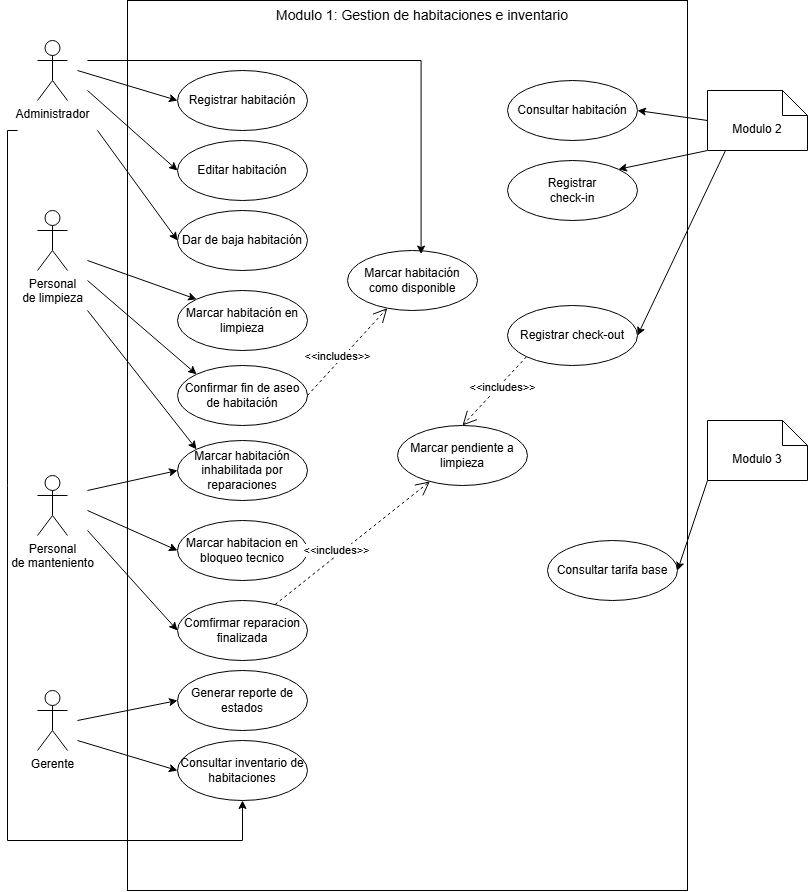
Before: documentos/diagramas/cdu-modulo-1.png, a diagram exported from draw.io (MirianMarriaga/hospitua-module-1). Source tidied: cells renumbered, new cells last; positions are measured from the earlier drawing's top-left corner, leaving out a move shared by most shapes. Its diagram source:
```xml
<mxGraphModel background="light-dark(#FFFFFF,#121212)">
  <root>
    <mxCell id="0" />
    <mxCell id="1" parent="0" />
    <mxCell id="2" style="rounded=0;whiteSpace=wrap;html=1;rotation=-90;fillColor=none;" parent="1" vertex="1">
      <mxGeometry y="165" width="890" height="560" as="geometry" />
    </mxCell>
    <mxCell id="3" value="Administrador" style="shape=umlActor;verticalLabelPosition=bottom;verticalAlign=top;html=1;" parent="1" vertex="1">
      <mxGeometry x="75" y="40" width="30" height="60" as="geometry" />
    </mxCell>
    <mxCell id="4" value="Personal&lt;div&gt;de limpieza&lt;/div&gt;" style="shape=umlActor;verticalLabelPosition=bottom;verticalAlign=top;html=1;" parent="1" vertex="1">
      <mxGeometry x="75" y="210" width="30" height="60" as="geometry" />
    </mxCell>
    <mxCell id="5" value="Gerente" style="shape=umlActor;verticalLabelPosition=bottom;verticalAlign=top;html=1;" parent="1" vertex="1">
      <mxGeometry x="75" y="690" width="30" height="60" as="geometry" />
    </mxCell>
    <mxCell id="6" value="&lt;font style=&quot;font-size: 14px;&quot;&gt;Modulo 1: Gestion de habitaciones e inventario&lt;/font&gt;" style="text;html=1;whiteSpace=wrap;strokeColor=none;fillColor=none;align=center;verticalAlign=middle;rounded=0;" parent="1" vertex="1">
      <mxGeometry x="305" width="310" height="30" as="geometry" />
    </mxCell>
    <mxCell id="7" value="Modulo 2" style="shape=note2;boundedLbl=1;whiteSpace=wrap;html=1;size=25;verticalAlign=top;align=center;" parent="1" vertex="1">
      <mxGeometry x="745" y="90" width="100" height="60" as="geometry" />
    </mxCell>
    <mxCell id="8" value="Modulo 3" style="shape=note2;boundedLbl=1;whiteSpace=wrap;html=1;size=25;verticalAlign=top;align=center;" parent="1" vertex="1">
      <mxGeometry x="745" y="420" width="100" height="60" as="geometry" />
    </mxCell>
    <mxCell id="9" value="Registrar habitación" style="ellipse;whiteSpace=wrap;html=1;" parent="1" vertex="1">
      <mxGeometry x="215" y="70" width="130" height="60" as="geometry" />
    </mxCell>
    <mxCell id="10" style="endArrow=classic;html=1;rounded=0;endFill=1;entryX=0;entryY=0.5;entryDx=0;entryDy=0;" parent="1" edge="1" target="9">
      <mxGeometry relative="1" as="geometry">
        <mxPoint x="115" y="70" as="sourcePoint" />
      </mxGeometry>
    </mxCell>
    <mxCell id="11" value="Editar habitación" style="ellipse;whiteSpace=wrap;html=1;" parent="1" vertex="1">
      <mxGeometry x="215" y="140" width="130" height="60" as="geometry" />
    </mxCell>
    <mxCell id="12" value="Dar de baja habitación" style="ellipse;whiteSpace=wrap;html=1;" parent="1" vertex="1">
      <mxGeometry x="215" y="210" width="130" height="60" as="geometry" />
    </mxCell>
    <mxCell id="13" style="endArrow=classic;html=1;rounded=0;endFill=1;entryX=0;entryY=0.5;entryDx=0;entryDy=0;" parent="1" edge="1" target="11">
      <mxGeometry relative="1" as="geometry">
        <mxPoint x="125" y="90" as="sourcePoint" />
      </mxGeometry>
    </mxCell>
    <mxCell id="14" style="endArrow=classic;html=1;rounded=0;endFill=1;entryX=0;entryY=0.5;entryDx=0;entryDy=0;" parent="1" edge="1" target="12">
      <mxGeometry relative="1" as="geometry">
        <mxPoint x="135" y="130" as="sourcePoint" />
      </mxGeometry>
    </mxCell>
    <mxCell id="15" value="Marcar habitación en limpieza" style="ellipse;whiteSpace=wrap;html=1;" parent="1" vertex="1">
      <mxGeometry x="215" y="290" width="130" height="60" as="geometry" />
    </mxCell>
    <mxCell id="16" style="endArrow=classic;html=1;rounded=0;endFill=1;entryX=0;entryY=0;entryDx=0;entryDy=0;" parent="1" edge="1" target="15">
      <mxGeometry relative="1" as="geometry">
        <mxPoint x="125" y="260" as="sourcePoint" />
      </mxGeometry>
    </mxCell>
    <mxCell id="17" value="Personal&lt;div&gt;de manteniento&lt;/div&gt;" style="shape=umlActor;verticalLabelPosition=bottom;verticalAlign=top;html=1;" parent="1" vertex="1">
      <mxGeometry x="75" y="475" width="30" height="60" as="geometry" />
    </mxCell>
    <mxCell id="18" value="Confirmar fin de aseo&lt;div&gt;de habitación&lt;/div&gt;" style="ellipse;whiteSpace=wrap;html=1;" parent="1" vertex="1">
      <mxGeometry x="215" y="365" width="130" height="60" as="geometry" />
    </mxCell>
    <mxCell id="19" style="endArrow=classic;html=1;rounded=0;endFill=1;entryX=0;entryY=0;entryDx=0;entryDy=0;" parent="1" edge="1" target="18">
      <mxGeometry relative="1" as="geometry">
        <mxPoint x="125" y="280" as="sourcePoint" />
      </mxGeometry>
    </mxCell>
    <mxCell id="20" value="Marcar habitación inhabilitada por reparaciones" style="ellipse;whiteSpace=wrap;html=1;" parent="1" vertex="1">
      <mxGeometry x="215" y="440" width="130" height="60" as="geometry" />
    </mxCell>
    <mxCell id="21" style="endArrow=classic;html=1;rounded=0;endFill=1;entryX=0;entryY=0.5;entryDx=0;entryDy=0;" parent="1" edge="1" target="20">
      <mxGeometry relative="1" as="geometry">
        <mxPoint x="125" y="490" as="sourcePoint" />
      </mxGeometry>
    </mxCell>
    <mxCell id="22" value="Consultar habitación" style="ellipse;whiteSpace=wrap;html=1;" parent="1" vertex="1">
      <mxGeometry x="545" y="80" width="130" height="60" as="geometry" />
    </mxCell>
    <mxCell id="23" style="endArrow=classic;html=1;rounded=0;endFill=1;entryX=1;entryY=0.5;entryDx=0;entryDy=0;exitX=0;exitY=0.5;exitDx=0;exitDy=0;exitPerimeter=0;" parent="1" edge="1" source="7" target="22">
      <mxGeometry relative="1" as="geometry" />
    </mxCell>
    <mxCell id="24" value="Comfirmar reparacion finalizada" style="ellipse;whiteSpace=wrap;html=1;" parent="1" vertex="1">
      <mxGeometry x="215" y="600" width="130" height="60" as="geometry" />
    </mxCell>
    <mxCell id="25" style="endArrow=classic;html=1;rounded=0;endFill=1;entryX=0;entryY=0.5;entryDx=0;entryDy=0;" parent="1" edge="1" target="24">
      <mxGeometry relative="1" as="geometry">
        <mxPoint x="125" y="530" as="sourcePoint" />
      </mxGeometry>
    </mxCell>
    <mxCell id="26" value="Consultar tarifa base" style="ellipse;whiteSpace=wrap;html=1;" parent="1" vertex="1">
      <mxGeometry x="585" y="540" width="130" height="60" as="geometry" />
    </mxCell>
    <mxCell id="27" style="endArrow=classic;html=1;rounded=0;endFill=1;entryX=1;entryY=0.5;entryDx=0;entryDy=0;exitX=0;exitY=1;exitDx=0;exitDy=0;exitPerimeter=0;" parent="1" edge="1" source="8" target="26">
      <mxGeometry relative="1" as="geometry" />
    </mxCell>
    <mxCell id="28" value="Consultar inventario de habitaciones" style="ellipse;whiteSpace=wrap;html=1;" parent="1" vertex="1">
      <mxGeometry x="215" y="740" width="130" height="60" as="geometry" />
    </mxCell>
    <mxCell id="29" style="endArrow=classic;html=1;rounded=0;endFill=1;entryX=0;entryY=0.5;entryDx=0;entryDy=0;" parent="1" edge="1" target="28">
      <mxGeometry relative="1" as="geometry">
        <mxPoint x="115" y="740" as="sourcePoint" />
      </mxGeometry>
    </mxCell>
    <mxCell id="30" value="Registrar&lt;div&gt;check-in&lt;/div&gt;" style="ellipse;whiteSpace=wrap;html=1;" parent="1" vertex="1">
      <mxGeometry x="545" y="160" width="130" height="60" as="geometry" />
    </mxCell>
    <mxCell id="31" value="Registrar check-out" style="ellipse;whiteSpace=wrap;html=1;" parent="1" vertex="1">
      <mxGeometry x="545" y="305" width="130" height="60" as="geometry" />
    </mxCell>
    <mxCell id="32" style="endArrow=classic;html=1;rounded=0;endFill=1;entryX=1;entryY=0;entryDx=0;entryDy=0;exitX=0;exitY=1;exitDx=0;exitDy=0;exitPerimeter=0;" parent="1" edge="1" source="7" target="30">
      <mxGeometry relative="1" as="geometry" />
    </mxCell>
    <mxCell id="33" style="endArrow=classic;html=1;rounded=0;endFill=1;entryX=1;entryY=0.5;entryDx=0;entryDy=0;exitX=0.183;exitY=0.99;exitDx=0;exitDy=0;exitPerimeter=0;" parent="1" edge="1" source="7" target="31">
      <mxGeometry relative="1" as="geometry" />
    </mxCell>
    <mxCell id="34" value="Generar reporte de estados" style="ellipse;whiteSpace=wrap;html=1;" parent="1" vertex="1">
      <mxGeometry x="215" y="670" width="130" height="60" as="geometry" />
    </mxCell>
    <mxCell id="35" value="Marcar habitacion en bloqueo tecnico" style="ellipse;whiteSpace=wrap;html=1;" parent="1" vertex="1">
      <mxGeometry x="215" y="520" width="130" height="60" as="geometry" />
    </mxCell>
    <mxCell id="36" style="endArrow=classic;html=1;rounded=0;endFill=1;entryX=0;entryY=0.5;entryDx=0;entryDy=0;" parent="1" edge="1" target="35">
      <mxGeometry relative="1" as="geometry">
        <mxPoint x="125" y="510" as="sourcePoint" />
      </mxGeometry>
    </mxCell>
    <mxCell id="37" style="endArrow=classic;html=1;rounded=0;endFill=1;entryX=0;entryY=0.5;entryDx=0;entryDy=0;" parent="1" edge="1" target="34">
      <mxGeometry relative="1" as="geometry">
        <mxPoint x="115" y="720" as="sourcePoint" />
      </mxGeometry>
    </mxCell>
    <mxCell id="38" value="Marcar habitación&lt;div&gt;como disponible&lt;/div&gt;" style="ellipse;whiteSpace=wrap;html=1;" parent="1" vertex="1">
      <mxGeometry x="385" y="250" width="130" height="60" as="geometry" />
    </mxCell>
    <mxCell id="39" value="&amp;lt;&amp;lt;includes&amp;gt;&amp;gt;" style="endArrow=open;endSize=12;dashed=1;html=1;rounded=0;exitX=1;exitY=0.5;exitDx=0;exitDy=0;" parent="1" edge="1" source="18" target="38">
      <mxGeometry x="-0.17" y="4" relative="1" as="geometry" />
    </mxCell>
    <mxCell id="40" style="endArrow=classic;html=1;rounded=0;endFill=1;edgeStyle=orthogonalEdgeStyle;entryX=0.5;entryY=1;entryDx=0;entryDy=0;" parent="1" edge="1" target="28">
      <mxGeometry relative="1" as="geometry">
        <mxPoint x="55.1" y="130" as="sourcePoint" />
        <Array as="points">
          <mxPoint x="45" y="130" />
          <mxPoint x="45" y="840" />
          <mxPoint x="280" y="840" />
        </Array>
      </mxGeometry>
    </mxCell>
    <mxCell id="41" style="endArrow=classic;html=1;rounded=0;endFill=1;entryX=0;entryY=0;entryDx=0;entryDy=0;" parent="1" edge="1" target="20">
      <mxGeometry relative="1" as="geometry">
        <mxPoint x="125" y="310" as="sourcePoint" />
      </mxGeometry>
    </mxCell>
    <mxCell id="42" style="endArrow=classic;html=1;rounded=0;endFill=1;entryX=0.566;entryY=0.059;entryDx=0;entryDy=0;entryPerimeter=0;edgeStyle=orthogonalEdgeStyle;" parent="1" edge="1" target="38">
      <mxGeometry relative="1" as="geometry">
        <mxPoint x="125" y="60" as="sourcePoint" />
      </mxGeometry>
    </mxCell>
    <mxCell id="43" value="Marcar pendiente a limpieza" style="ellipse;whiteSpace=wrap;html=1;" parent="1" vertex="1">
      <mxGeometry x="435" y="425" width="130" height="60" as="geometry" />
    </mxCell>
    <mxCell id="44" value="&amp;lt;&amp;lt;includes&amp;gt;&amp;gt;" style="endArrow=open;endSize=12;dashed=1;html=1;rounded=0;" parent="1" edge="1" source="24" target="43">
      <mxGeometry x="-0.17" y="4" relative="1" as="geometry" />
    </mxCell>
    <mxCell id="45" value="&amp;lt;&amp;lt;includes&amp;gt;&amp;gt;" style="endArrow=open;endSize=12;dashed=1;html=1;rounded=0;entryX=0.5;entryY=0;entryDx=0;entryDy=0;exitX=0;exitY=1;exitDx=0;exitDy=0;" parent="1" edge="1" source="31" target="43">
      <mxGeometry x="-0.17" y="4" relative="1" as="geometry" />
    </mxCell>
    <mxCell id="46" style="edgeStyle=orthogonalEdgeStyle;curved=1;rounded=0;orthogonalLoop=1;jettySize=auto;html=1;innerLoopWaypoints=1;exitX=0.5;exitY=1;exitDx=0;exitDy=0;fontSize=12;startSize=8;endSize=8;" parent="1" edge="1" source="43" target="43">
      <mxGeometry relative="1" as="geometry" />
    </mxCell>
  </root>
</mxGraphModel>
```
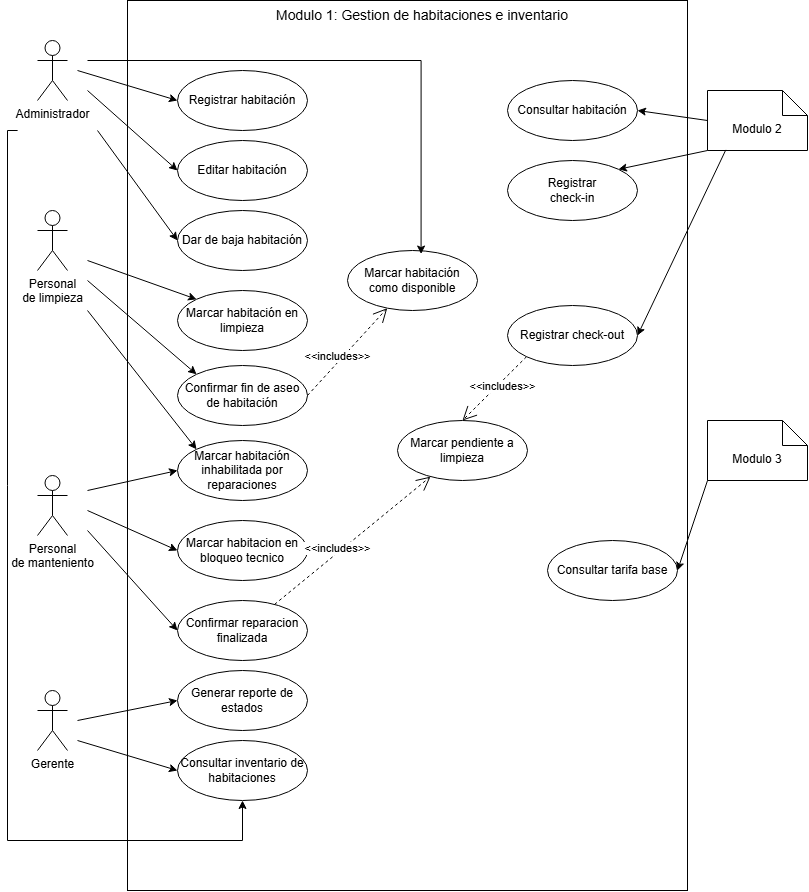
Above is the later version.

Commit message:
docs: corregir typo

Change to the diagram source:
```diff
@@ -80,7 +80,7 @@
     <mxCell id="23" style="endArrow=classic;html=1;rounded=0;endFill=1;entryX=1;entryY=0.5;entryDx=0;entryDy=0;exitX=0;exitY=0.5;exitDx=0;exitDy=0;exitPerimeter=0;" parent="1" edge="1" source="7" target="22">
       <mxGeometry relative="1" as="geometry" />
     </mxCell>
-    <mxCell id="24" value="Comfirmar reparacion finalizada" style="ellipse;whiteSpace=wrap;html=1;" parent="1" vertex="1">
+    <mxCell id="24" value="Confirmar reparacion finalizada" style="ellipse;whiteSpace=wrap;html=1;" parent="1" vertex="1">
       <mxGeometry x="215" y="600" width="130" height="60" as="geometry" />
     </mxCell>
     <mxCell id="25" style="endArrow=classic;html=1;rounded=0;endFill=1;entryX=0;entryY=0.5;entryDx=0;entryDy=0;" parent="1" edge="1" target="24">
@@ -157,7 +157,7 @@
       </mxGeometry>
     </mxCell>
     <mxCell id="43" value="Marcar pendiente a limpieza" style="ellipse;whiteSpace=wrap;html=1;" parent="1" vertex="1">
-      <mxGeometry x="435" y="425" width="130" height="60" as="geometry" />
+      <mxGeometry x="435" y="420" width="130" height="60" as="geometry" />
     </mxCell>
     <mxCell id="44" value="&amp;lt;&amp;lt;includes&amp;gt;&amp;gt;" style="endArrow=open;endSize=12;dashed=1;html=1;rounded=0;" parent="1" edge="1" source="24" target="43">
       <mxGeometry x="-0.17" y="4" relative="1" as="geometry" />
```
